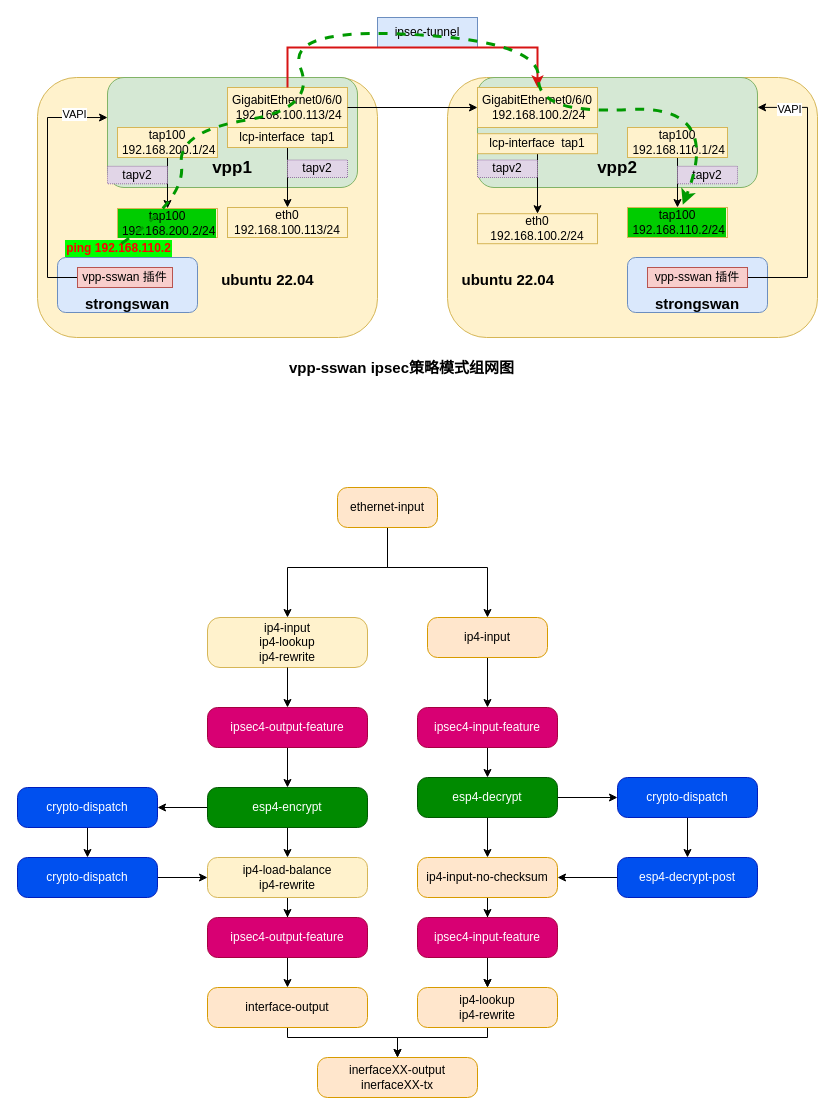
This is new_map/strongswan-vpp.drawio from jin13417/dpdk-vpp-learning, a draw.io file, before an edit. Source tidied: cells renumbered, new cells numbered last; positions are measured from the earlier drawing's top-left corner, leaving out a move shared by most shapes. Both pictures are drawn from the tidied source at 100%, with x=0, y=0 at pixel (17, 17).
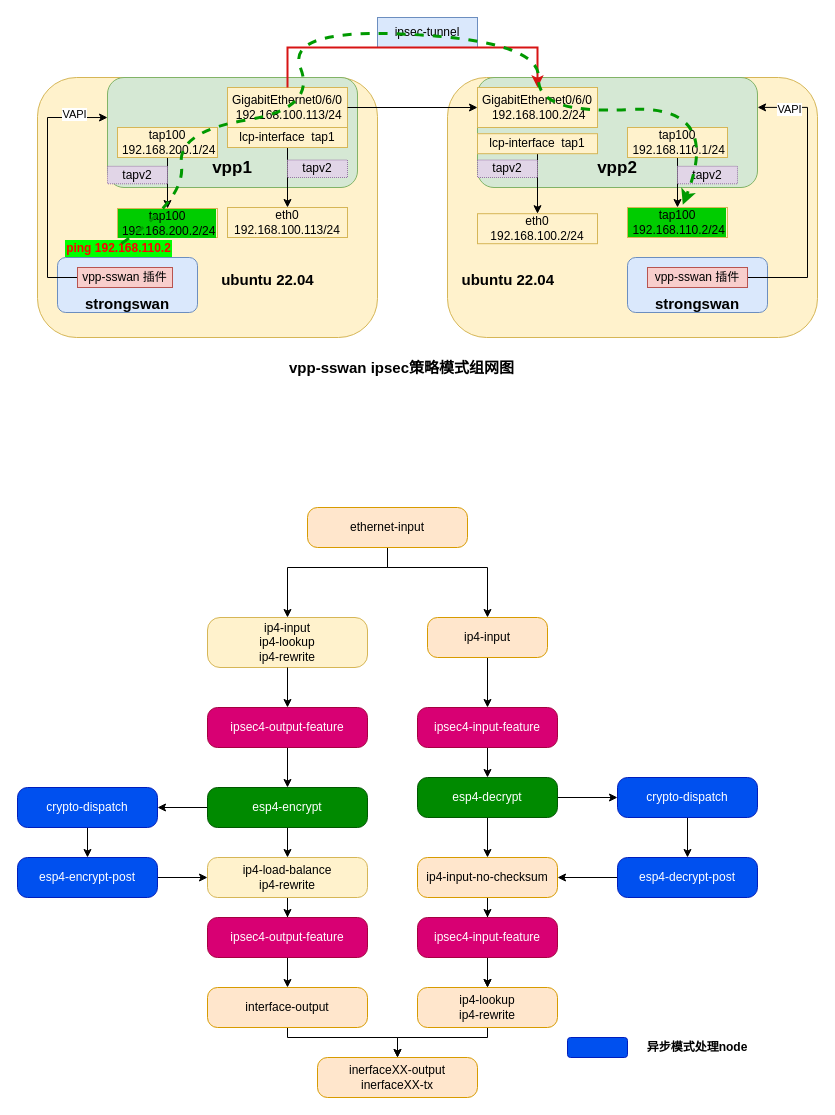
The same diagram, later.

The edit, as a diff of the source:
```diff
@@
     <mxCell id="40" value="ethernet-input" style="rounded=1;whiteSpace=wrap;html=1;arcSize=25;fillColor=#ffe6cc;strokeColor=#d79b00;" parent="1" vertex="1">
-      <mxGeometry x="320" y="470" width="100" height="40" as="geometry" />
+      <mxGeometry x="290" y="490" width="160" height="40" as="geometry" />
     </mxCell>
@@
-    <mxCell id="75" value="crypto-dispatch" style="rounded=1;whiteSpace=wrap;html=1;arcSize=25;fillColor=#0050ef;strokeColor=#001DBC;fontColor=#ffffff;" parent="1" vertex="1">
+    <mxCell id="75" value="esp4-encrypt-post" style="rounded=1;whiteSpace=wrap;html=1;arcSize=25;fillColor=#0050ef;strokeColor=#001DBC;fontColor=#ffffff;" parent="1" vertex="1">
       <mxGeometry y="840" width="140" height="40" as="geometry" />
     </mxCell>
@@
+    <mxCell id="77" style="rounded=1;whiteSpace=wrap;html=1;fillColor=#0050ef;fontColor=#ffffff;strokeColor=#001DBC;" parent="1" vertex="1">
+      <mxGeometry x="550" y="1020" width="60" height="20" as="geometry" />
+    </mxCell>
+    <mxCell id="78" value="异步模式处理node" style="text;html=1;strokeColor=none;fillColor=none;align=center;verticalAlign=middle;whiteSpace=wrap;rounded=0;fontStyle=1;" parent="1" vertex="1">
+      <mxGeometry x="620" y="1020" width="120" height="20" as="geometry" />
+    </mxCell>
```
